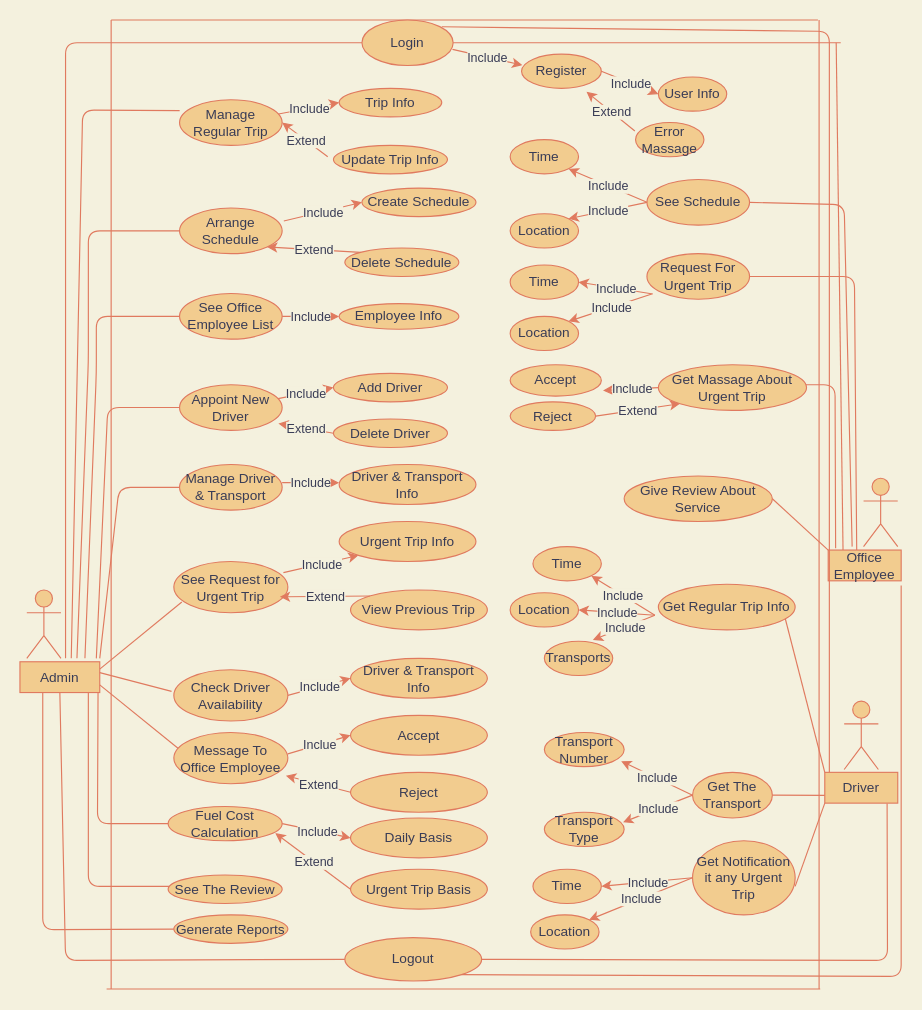
SHIMAISRAFIL/Transport-Schedule keeps this draw.io diagram as Untitled Diagram.drawio. Above is the earlier version. Source tidied: cells renumbered, new cells numbered last; positions are measured from the earlier drawing's top-left corner, leaving out a move shared by most shapes. Both pictures are drawn from the tidied source at 114%, with x=0, y=0 at pixel (19, 19).
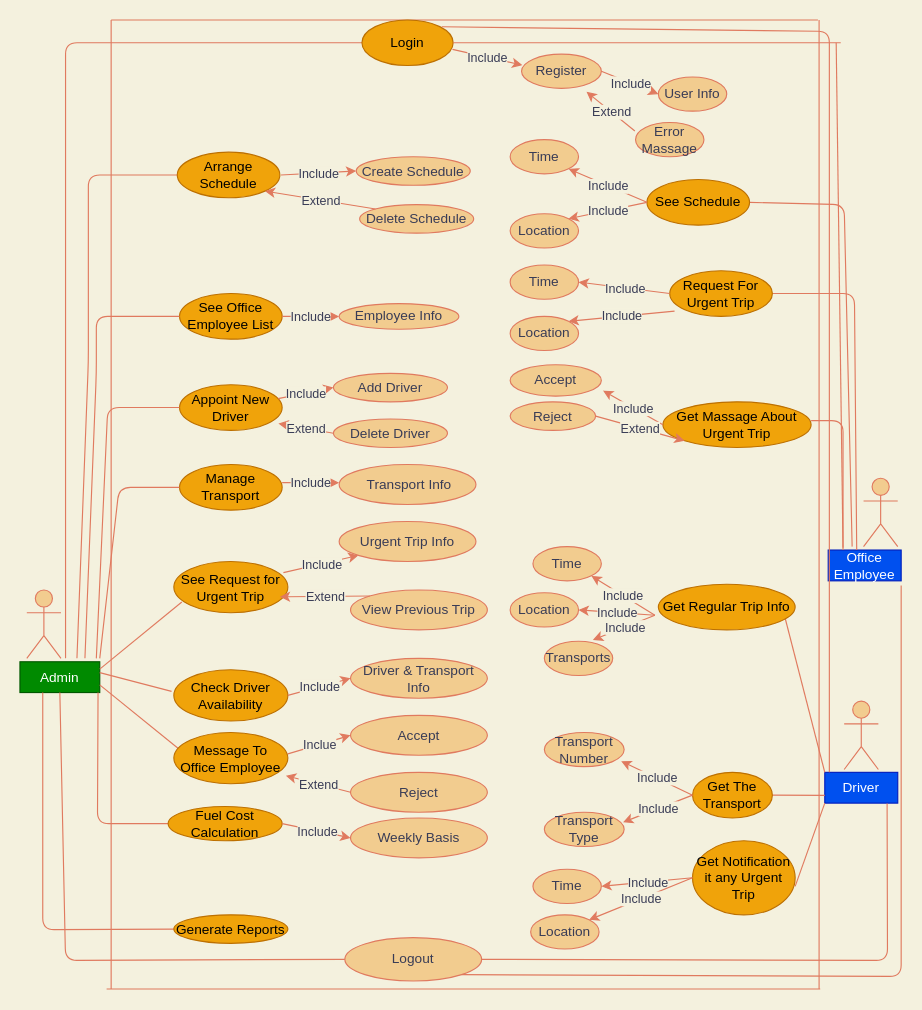
Above is the later version.

Unchanged cells that the change refers to:
```xml
<mxCell id="107" value="Time" style="ellipse;whiteSpace=wrap;html=1;fillColor=#F2CC8F;strokeColor=#E07A5F;fontColor=#393C56;" parent="1" vertex="1">
  <mxGeometry x="430" y="215" width="60" height="30" as="geometry" />
</mxCell>
```

The edit, as a diff of the source:
```diff
@@
-    <mxCell id="9" value="Admin" style="rounded=0;whiteSpace=wrap;html=1;fillColor=#F2CC8F;strokeColor=#E07A5F;fontColor=#393C56;" parent="1" vertex="1">
+    <mxCell id="9" value="Admin" style="rounded=0;whiteSpace=wrap;html=1;fillColor=#008a00;strokeColor=#005700;fontColor=#ffffff;" parent="1" vertex="1">
       <mxGeometry y="563" width="70" height="27" as="geometry" />
     </mxCell>
-    <mxCell id="10" value="Office Employee" style="rounded=0;whiteSpace=wrap;html=1;fillColor=#F2CC8F;strokeColor=#E07A5F;fontColor=#393C56;" parent="1" vertex="1">
+    <mxCell id="10" value="Office Employee" style="rounded=0;whiteSpace=wrap;html=1;fillColor=#0050ef;strokeColor=#001DBC;fontColor=#ffffff;" parent="1" vertex="1">
       <mxGeometry x="709" y="465" width="64" height="27" as="geometry" />
     </mxCell>
-    <mxCell id="11" value="Driver" style="rounded=0;whiteSpace=wrap;html=1;fillColor=#F2CC8F;strokeColor=#E07A5F;fontColor=#393C56;" parent="1" vertex="1">
+    <mxCell id="11" value="Driver" style="rounded=0;whiteSpace=wrap;html=1;fillColor=#0050ef;strokeColor=#001DBC;fontColor=#ffffff;" parent="1" vertex="1">
       <mxGeometry x="706" y="660" width="64" height="27" as="geometry" />
     </mxCell>
@@
-    <mxCell id="15" value="Login" style="ellipse;whiteSpace=wrap;html=1;fillColor=#F2CC8F;strokeColor=#E07A5F;fontColor=#393C56;" parent="1" vertex="1">
+    <mxCell id="15" value="Login" style="ellipse;whiteSpace=wrap;html=1;fillColor=#f0a30a;strokeColor=#BD7000;fontColor=#000000;" parent="1" vertex="1">
       <mxGeometry x="300" width="80" height="40" as="geometry" />
     </mxCell>
@@
-    <mxCell id="27" style="endArrow=none;html=1;entryX=0.001;entryY=0.237;entryDx=0;entryDy=0;entryPerimeter=0;strokeColor=#E07A5F;fontColor=#393C56;labelBackgroundColor=#F4F1DE;" parent="1" edge="1" target="28">
-      <mxGeometry relative="1" as="geometry">
-        <mxPoint x="45" y="560" as="sourcePoint" />
-        <Array as="points">
-          <mxPoint x="55" y="79" />
-        </Array>
-      </mxGeometry>
-    </mxCell>
-    <mxCell id="28" value="Manage Regular Trip" style="ellipse;whiteSpace=wrap;html=1;fillColor=#F2CC8F;strokeColor=#E07A5F;fontColor=#393C56;" parent="1" vertex="1">
-      <mxGeometry x="140" y="70" width="90" height="40" as="geometry" />
-    </mxCell>
     <mxCell id="29" style="endArrow=none;html=1;entryX=0;entryY=0.5;entryDx=0;entryDy=0;strokeColor=#E07A5F;fontColor=#393C56;labelBackgroundColor=#F4F1DE;" parent="1" edge="1" target="30">
       <mxGeometry relative="1" as="geometry">
         <mxPoint x="50" y="560" as="sourcePoint" />
         <Array as="points">
           <mxPoint x="60" y="300" />
-          <mxPoint x="60" y="185" />
+          <mxPoint x="60" y="136" />
         </Array>
       </mxGeometry>
     </mxCell>
-    <mxCell id="30" value="Arrange Schedule" style="ellipse;whiteSpace=wrap;html=1;fillColor=#F2CC8F;strokeColor=#E07A5F;fontColor=#393C56;" parent="1" vertex="1">
-      <mxGeometry x="140" y="165" width="90" height="40" as="geometry" />
+    <mxCell id="30" value="Arrange Schedule" style="ellipse;whiteSpace=wrap;html=1;fillColor=#f0a30a;strokeColor=#BD7000;fontColor=#000000;" parent="1" vertex="1">
+      <mxGeometry x="138" y="116" width="90" height="40" as="geometry" />
     </mxCell>
-    <mxCell id="31" value="Trip Info" style="ellipse;whiteSpace=wrap;html=1;fillColor=#F2CC8F;strokeColor=#E07A5F;fontColor=#393C56;" parent="1" vertex="1">
-      <mxGeometry x="280" y="60" width="90" height="25" as="geometry" />
-    </mxCell>
-    <mxCell id="32" value="Update Trip Info" style="ellipse;whiteSpace=wrap;html=1;fillColor=#F2CC8F;strokeColor=#E07A5F;fontColor=#393C56;" parent="1" vertex="1">
-      <mxGeometry x="275" y="110" width="100" height="25" as="geometry" />
-    </mxCell>
-    <mxCell id="33" style="endArrow=classic;html=1;entryX=0;entryY=0.5;entryDx=0;entryDy=0;strokeColor=#E07A5F;fontColor=#393C56;labelBackgroundColor=#F4F1DE;" parent="1" edge="1" source="28" target="31">
-      <mxGeometry relative="1" as="geometry" />
-    </mxCell>
-    <mxCell id="34" value="Include" style="edgeLabel;html=1;align=center;verticalAlign=middle;fontColor=#393C56;labelBackgroundColor=#F4F1DE;" parent="33" vertex="1">
-      <mxGeometry relative="1" as="geometry" />
-    </mxCell>
-    <mxCell id="35" style="endArrow=classic;html=1;entryX=1;entryY=0.5;entryDx=0;entryDy=0;strokeColor=#E07A5F;fontColor=#393C56;labelBackgroundColor=#F4F1DE;" parent="1" edge="1" target="28">
-      <mxGeometry relative="1" as="geometry">
-        <mxPoint x="270" y="120" as="sourcePoint" />
-      </mxGeometry>
-    </mxCell>
-    <mxCell id="36" value="Extend" style="edgeLabel;html=1;align=center;verticalAlign=middle;fontColor=#393C56;labelBackgroundColor=#F4F1DE;" parent="35" vertex="1">
-      <mxGeometry relative="1" as="geometry" />
-    </mxCell>
-    <mxCell id="37" value="See Office Employee List" style="ellipse;whiteSpace=wrap;html=1;fillColor=#F2CC8F;strokeColor=#E07A5F;fontColor=#393C56;" parent="1" vertex="1">
+    <mxCell id="37" value="See Office Employee List" style="ellipse;whiteSpace=wrap;html=1;fillColor=#f0a30a;strokeColor=#BD7000;fontColor=#000000;" parent="1" vertex="1">
       <mxGeometry x="140" y="240" width="90" height="40" as="geometry" />
     </mxCell>
@@
     <mxCell id="42" value="Create Schedule" style="ellipse;whiteSpace=wrap;html=1;fillColor=#F2CC8F;strokeColor=#E07A5F;fontColor=#393C56;" parent="1" vertex="1">
-      <mxGeometry x="300" y="147.5" width="100" height="25" as="geometry" />
+      <mxGeometry x="295" y="120" width="100" height="25" as="geometry" />
     </mxCell>
     <mxCell id="43" value="Delete Schedule" style="ellipse;whiteSpace=wrap;html=1;fillColor=#F2CC8F;strokeColor=#E07A5F;fontColor=#393C56;" parent="1" vertex="1">
-      <mxGeometry x="285" y="200" width="100" height="25" as="geometry" />
+      <mxGeometry x="298" y="162" width="100" height="25" as="geometry" />
     </mxCell>
-    <mxCell id="44" style="endArrow=classic;html=1;entryX=0;entryY=0.5;entryDx=0;entryDy=0;exitX=1.016;exitY=0.285;exitDx=0;exitDy=0;exitPerimeter=0;strokeColor=#E07A5F;fontColor=#393C56;labelBackgroundColor=#F4F1DE;" parent="1" edge="1" source="30" target="42">
-      <mxGeometry relative="1" as="geometry" />
+    <mxCell id="44" style="endArrow=classic;html=1;entryX=0;entryY=0.5;entryDx=0;entryDy=0;strokeColor=#E07A5F;fontColor=#393C56;labelBackgroundColor=#F4F1DE;" parent="1" edge="1" target="42">
+      <mxGeometry relative="1" as="geometry">
+        <mxPoint x="229" y="136" as="sourcePoint" />
+      </mxGeometry>
     </mxCell>
@@
-    <mxCell id="52" value="Appoint New Driver" style="ellipse;whiteSpace=wrap;html=1;fillColor=#F2CC8F;strokeColor=#E07A5F;fontColor=#393C56;" parent="1" vertex="1">
+    <mxCell id="52" value="Appoint New Driver" style="ellipse;whiteSpace=wrap;html=1;fillColor=#f0a30a;strokeColor=#BD7000;fontColor=#000000;" parent="1" vertex="1">
       <mxGeometry x="140" y="320" width="90" height="40" as="geometry" />
     </mxCell>
@@
-    <mxCell id="59" value="Manage Driver &amp;amp; Transport" style="ellipse;whiteSpace=wrap;html=1;fillColor=#F2CC8F;strokeColor=#E07A5F;fontColor=#393C56;" parent="1" vertex="1">
+    <mxCell id="59" value="Manage Transport" style="ellipse;whiteSpace=wrap;html=1;fillColor=#f0a30a;strokeColor=#BD7000;fontColor=#000000;" parent="1" vertex="1">
       <mxGeometry x="140" y="390" width="90" height="40" as="geometry" />
     </mxCell>
@@
-    <mxCell id="61" value="Driver &amp;amp; Transport Info" style="ellipse;whiteSpace=wrap;html=1;fillColor=#F2CC8F;strokeColor=#E07A5F;fontColor=#393C56;" parent="1" vertex="1">
+    <mxCell id="61" value="&amp;nbsp;Transport Info" style="ellipse;whiteSpace=wrap;html=1;fillColor=#F2CC8F;strokeColor=#E07A5F;fontColor=#393C56;" parent="1" vertex="1">
       <mxGeometry x="280" y="390" width="120" height="35" as="geometry" />
     </mxCell>
@@
-    <mxCell id="65" value="See Request for Urgent Trip" style="ellipse;whiteSpace=wrap;html=1;fillColor=#F2CC8F;strokeColor=#E07A5F;fontColor=#393C56;" parent="1" vertex="1">
+    <mxCell id="65" value="See Request for Urgent Trip" style="ellipse;whiteSpace=wrap;html=1;fillColor=#f0a30a;strokeColor=#BD7000;fontColor=#000000;" parent="1" vertex="1">
       <mxGeometry x="135" y="475" width="100" height="45" as="geometry" />
     </mxCell>
@@
-    <mxCell id="73" value="Check Driver Availability" style="ellipse;whiteSpace=wrap;html=1;fillColor=#F2CC8F;strokeColor=#E07A5F;fontColor=#393C56;" parent="1" vertex="1">
+    <mxCell id="73" value="Check Driver Availability" style="ellipse;whiteSpace=wrap;html=1;fillColor=#f0a30a;strokeColor=#BD7000;fontColor=#000000;" parent="1" vertex="1">
       <mxGeometry x="135" y="570" width="100" height="45" as="geometry" />
     </mxCell>
@@
-    <mxCell id="78" value="Message To Office Employee" style="ellipse;whiteSpace=wrap;html=1;fillColor=#F2CC8F;strokeColor=#E07A5F;fontColor=#393C56;" parent="1" vertex="1">
+    <mxCell id="78" value="Message To Office Employee" style="ellipse;whiteSpace=wrap;html=1;fillColor=#f0a30a;strokeColor=#BD7000;fontColor=#000000;" parent="1" vertex="1">
       <mxGeometry x="135" y="625" width="100" height="45" as="geometry" />
     </mxCell>
@@
-    <mxCell id="86" value="Fuel Cost Calculation" style="ellipse;whiteSpace=wrap;html=1;fillColor=#F2CC8F;strokeColor=#E07A5F;fontColor=#393C56;" parent="1" vertex="1">
+    <mxCell id="86" value="Fuel Cost Calculation" style="ellipse;whiteSpace=wrap;html=1;fillColor=#f0a30a;strokeColor=#BD7000;fontColor=#000000;" parent="1" vertex="1">
       <mxGeometry x="130" y="690" width="100" height="30" as="geometry" />
     </mxCell>
-    <mxCell id="87" value="Daily Basis" style="ellipse;whiteSpace=wrap;html=1;fillColor=#F2CC8F;strokeColor=#E07A5F;fontColor=#393C56;" parent="1" vertex="1">
+    <mxCell id="87" value="Weekly Basis" style="ellipse;whiteSpace=wrap;html=1;fillColor=#F2CC8F;strokeColor=#E07A5F;fontColor=#393C56;" parent="1" vertex="1">
       <mxGeometry x="290" y="700" width="120" height="35" as="geometry" />
     </mxCell>
-    <mxCell id="88" value="Urgent Trip Basis" style="ellipse;whiteSpace=wrap;html=1;fillColor=#F2CC8F;strokeColor=#E07A5F;fontColor=#393C56;" parent="1" vertex="1">
-      <mxGeometry x="290" y="745" width="120" height="35" as="geometry" />
-    </mxCell>
@@
-    <mxCell id="91" style="endArrow=classic;html=1;entryX=0.94;entryY=0.778;entryDx=0;entryDy=0;entryPerimeter=0;exitX=0;exitY=0.5;exitDx=0;exitDy=0;strokeColor=#E07A5F;fontColor=#393C56;labelBackgroundColor=#F4F1DE;" parent="1" edge="1" source="88" target="86">
-      <mxGeometry relative="1" as="geometry" />
-    </mxCell>
-    <mxCell id="92" value="Extend" style="edgeLabel;html=1;align=center;verticalAlign=middle;fontColor=#393C56;labelBackgroundColor=#F4F1DE;" parent="91" vertex="1">
-      <mxGeometry relative="1" as="geometry" />
-    </mxCell>
-    <mxCell id="93" value="See The Review" style="ellipse;whiteSpace=wrap;html=1;fillColor=#F2CC8F;strokeColor=#E07A5F;fontColor=#393C56;" parent="1" vertex="1">
-      <mxGeometry x="130" y="750" width="100" height="25" as="geometry" />
-    </mxCell>
-    <mxCell id="94" style="endArrow=none;html=1;exitX=0.857;exitY=1;exitDx=0;exitDy=0;exitPerimeter=0;strokeColor=#E07A5F;fontColor=#393C56;labelBackgroundColor=#F4F1DE;" parent="1" edge="1" source="9">
-      <mxGeometry relative="1" as="geometry">
-        <mxPoint x="131" y="760" as="targetPoint" />
-        <Array as="points">
-          <mxPoint x="60" y="760" />
-        </Array>
-      </mxGeometry>
-    </mxCell>
@@
-    <mxCell id="96" value="Generate Reports" style="ellipse;whiteSpace=wrap;html=1;fillColor=#F2CC8F;strokeColor=#E07A5F;fontColor=#393C56;" parent="1" vertex="1">
+    <mxCell id="96" value="Generate Reports" style="ellipse;whiteSpace=wrap;html=1;fillColor=#f0a30a;strokeColor=#BD7000;fontColor=#000000;" parent="1" vertex="1">
       <mxGeometry x="135" y="785" width="100" height="25" as="geometry" />
     </mxCell>
@@
-    <mxCell id="98" value="See Schedule" style="ellipse;whiteSpace=wrap;html=1;fillColor=#F2CC8F;strokeColor=#E07A5F;fontColor=#393C56;" parent="1" vertex="1">
+    <mxCell id="98" value="See Schedule" style="ellipse;whiteSpace=wrap;html=1;fillColor=#f0a30a;strokeColor=#BD7000;fontColor=#000000;" parent="1" vertex="1">
       <mxGeometry x="550" y="140" width="90" height="40" as="geometry" />
     </mxCell>
@@
     <mxCell id="105" style="endArrow=none;html=1;exitX=0.25;exitY=0;exitDx=0;exitDy=0;entryX=1;entryY=0.5;entryDx=0;entryDy=0;strokeColor=#E07A5F;fontColor=#393C56;labelBackgroundColor=#F4F1DE;" parent="1" edge="1" target="106">
       <mxGeometry relative="1" as="geometry">
         <mxPoint x="734" y="465" as="sourcePoint" />
         <Array as="points">
-          <mxPoint x="732" y="225" />
+          <mxPoint x="732" y="240" />
         </Array>
       </mxGeometry>
     </mxCell>
-    <mxCell id="106" value="Request For Urgent Trip" style="ellipse;whiteSpace=wrap;html=1;fillColor=#F2CC8F;strokeColor=#E07A5F;fontColor=#393C56;" parent="1" vertex="1">
-      <mxGeometry x="550" y="205" width="90" height="40" as="geometry" />
+    <mxCell id="106" value="Request For Urgent Trip" style="ellipse;whiteSpace=wrap;html=1;fillColor=#f0a30a;strokeColor=#BD7000;fontColor=#000000;" parent="1" vertex="1">
+      <mxGeometry x="570" y="220" width="90" height="40" as="geometry" />
     </mxCell>
@@
-    <mxCell id="109" style="endArrow=classic;html=1;entryX=1;entryY=0.5;entryDx=0;entryDy=0;exitX=0.058;exitY=0.885;exitDx=0;exitDy=0;exitPerimeter=0;strokeColor=#E07A5F;fontColor=#393C56;labelBackgroundColor=#F4F1DE;" parent="1" edge="1" source="106" target="107">
+    <mxCell id="109" style="endArrow=classic;html=1;entryX=1;entryY=0.5;entryDx=0;entryDy=0;exitX=0;exitY=0.5;exitDx=0;exitDy=0;strokeColor=#E07A5F;fontColor=#393C56;labelBackgroundColor=#F4F1DE;" parent="1" edge="1" source="106" target="107">
       <mxGeometry relative="1" as="geometry" />
     </mxCell>
@@
-    <mxCell id="113" style="endArrow=none;html=1;exitX=0.148;exitY=-0.057;exitDx=0;exitDy=0;exitPerimeter=0;strokeColor=#E07A5F;fontColor=#393C56;labelBackgroundColor=#F4F1DE;" parent="1" edge="1">
+    <mxCell id="113" style="endArrow=none;html=1;strokeColor=#E07A5F;fontColor=#393C56;labelBackgroundColor=#F4F1DE;" parent="1" edge="1">
       <mxGeometry relative="1" as="geometry">
-        <mxPoint x="715.5" y="463.5" as="sourcePoint" />
-        <mxPoint x="687" y="320" as="targetPoint" />
+        <mxPoint x="722" y="463" as="sourcePoint" />
+        <mxPoint x="694" y="351.5" as="targetPoint" />
         <Array as="points">
-          <mxPoint x="715" y="320" />
+          <mxPoint x="722" y="351.5" />
         </Array>
       </mxGeometry>
     </mxCell>
-    <mxCell id="114" value="Get Massage About Urgent Trip" style="ellipse;whiteSpace=wrap;html=1;fillColor=#F2CC8F;strokeColor=#E07A5F;fontColor=#393C56;" parent="1" vertex="1">
-      <mxGeometry x="560" y="302.5" width="130" height="40" as="geometry" />
+    <mxCell id="114" value="Get Massage About Urgent Trip" style="ellipse;whiteSpace=wrap;html=1;fillColor=#f0a30a;strokeColor=#BD7000;fontColor=#000000;" parent="1" vertex="1">
+      <mxGeometry x="564" y="335" width="130" height="40" as="geometry" />
     </mxCell>
@@
-    <mxCell id="121" style="endArrow=none;html=1;exitX=0;exitY=0;exitDx=0;exitDy=0;strokeColor=#E07A5F;fontColor=#393C56;labelBackgroundColor=#F4F1DE;" parent="1" edge="1" source="10">
-      <mxGeometry relative="1" as="geometry">
-        <mxPoint x="660" y="420" as="targetPoint" />
-      </mxGeometry>
-    </mxCell>
-    <mxCell id="122" value="Give Review About Service" style="ellipse;whiteSpace=wrap;html=1;fillColor=#F2CC8F;strokeColor=#E07A5F;fontColor=#393C56;" parent="1" vertex="1">
-      <mxGeometry x="530" y="400" width="130" height="40" as="geometry" />
-    </mxCell>
@@
-    <mxCell id="124" value="Get Regular Trip Info" style="ellipse;whiteSpace=wrap;html=1;fillColor=#F2CC8F;strokeColor=#E07A5F;fontColor=#393C56;" parent="1" vertex="1">
+    <mxCell id="124" value="Get Regular Trip Info" style="ellipse;whiteSpace=wrap;html=1;fillColor=#f0a30a;strokeColor=#BD7000;fontColor=#000000;" parent="1" vertex="1">
       <mxGeometry x="560" y="495" width="120" height="40" as="geometry" />
     </mxCell>
@@
-    <mxCell id="135" value="Get The Transport" style="ellipse;whiteSpace=wrap;html=1;fillColor=#F2CC8F;strokeColor=#E07A5F;fontColor=#393C56;" parent="1" vertex="1">
+    <mxCell id="135" value="Get The Transport" style="ellipse;whiteSpace=wrap;html=1;fillColor=#f0a30a;strokeColor=#BD7000;fontColor=#000000;" parent="1" vertex="1">
       <mxGeometry x="590" y="660" width="70" height="40" as="geometry" />
     </mxCell>
@@
-    <mxCell id="143" value="Get Notification it any Urgent Trip" style="ellipse;whiteSpace=wrap;html=1;fillColor=#F2CC8F;strokeColor=#E07A5F;fontColor=#393C56;" parent="1" vertex="1">
+    <mxCell id="143" value="Get Notification it any Urgent Trip" style="ellipse;whiteSpace=wrap;html=1;fillColor=#f0a30a;strokeColor=#BD7000;fontColor=#000000;" parent="1" vertex="1">
       <mxGeometry x="590" y="720" width="90" height="65" as="geometry" />
     </mxCell>
```
